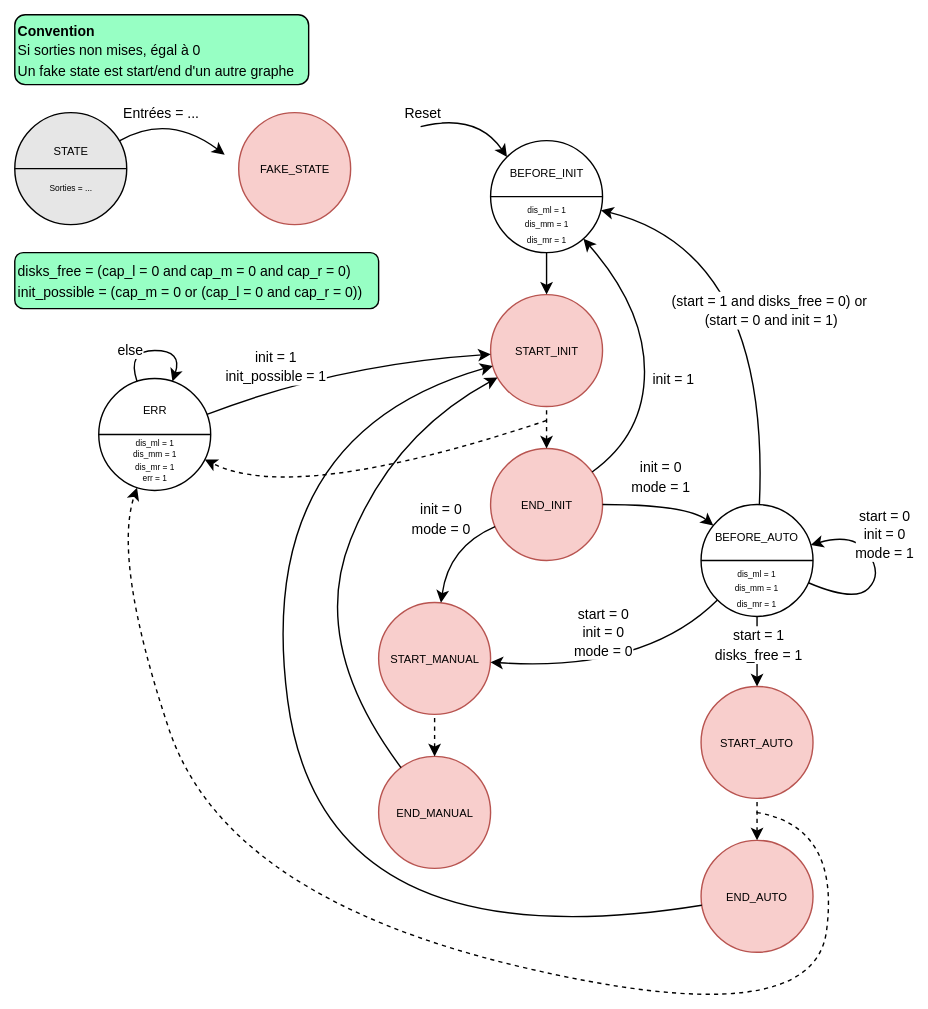
The draw.io diagram doc/images/state_global.svg in Schokiiiiiiii/csn26, before a commit. Source tidied: cells renumbered, new cells last; positions are measured from the earlier drawing's top-left corner, leaving out a move shared by most shapes.
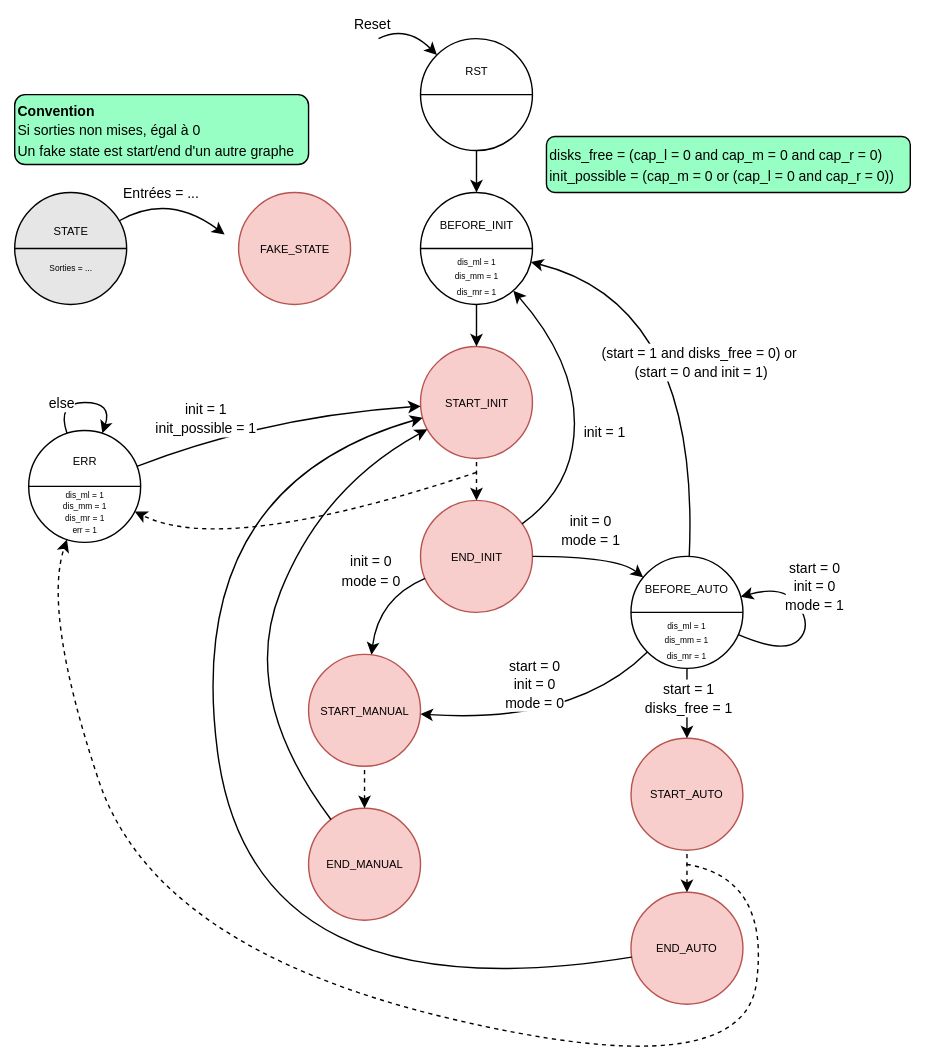
After the commit.

Change to the diagram source:
```diff
@@ -8,11 +8,11 @@
     <mxCell id="3" style="endArrow=none;html=1;rounded=0;exitX=0;exitY=0.5;exitDx=0;exitDy=0;entryX=1;entryY=0.5;entryDx=0;entryDy=0;" parent="1" edge="1" source="2" target="2">
       <mxGeometry relative="1" as="geometry" />
     </mxCell>
-    <mxCell id="4" style="curved=1;endArrow=classic;html=1;rounded=0;entryX=0;entryY=0;entryDx=0;entryDy=0;" parent="1" edge="1" target="2">
+    <mxCell id="4" style="curved=1;endArrow=classic;html=1;rounded=0;" parent="1" edge="1" target="49">
       <mxGeometry relative="1" as="geometry">
-        <mxPoint x="290" y="80" as="sourcePoint" />
+        <mxPoint x="310" y="-20" as="sourcePoint" />
         <Array as="points">
-          <mxPoint x="330" y="70" />
+          <mxPoint x="330" y="-30" />
         </Array>
       </mxGeometry>
     </mxCell>
@@ -141,7 +141,7 @@
       </mxGeometry>
     </mxCell>
     <mxCell id="32" value="&lt;font style=&quot;font-size: 10px;&quot;&gt;disks_free =&amp;nbsp;&lt;span style=&quot;background-color: transparent; color: light-dark(rgb(0, 0, 0), rgb(255, 255, 255));&quot;&gt;(cap_l = 0 and cap_m = 0 and cap_r = 0)&lt;/span&gt;&lt;/font&gt;&lt;div style=&quot;&quot;&gt;&lt;span style=&quot;background-color: transparent; color: light-dark(rgb(0, 0, 0), rgb(255, 255, 255));&quot;&gt;&lt;font style=&quot;font-size: 10px;&quot;&gt;init_possible = (cap_m = 0 or (cap_l = 0 and cap_r = 0))&lt;/font&gt;&lt;/span&gt;&lt;/div&gt;" style="rounded=1;whiteSpace=wrap;html=1;align=left;fillColor=#97FFC4;" parent="1" vertex="1">
-      <mxGeometry y="170" width="260" height="40" as="geometry" />
+      <mxGeometry x="430" y="50" width="260" height="40" as="geometry" />
     </mxCell>
     <mxCell id="33" style="curved=1;endArrow=classic;html=1;rounded=0;" parent="1" edge="1" source="13" target="6">
       <mxGeometry relative="1" as="geometry">
@@ -209,16 +209,16 @@
       </mxGeometry>
     </mxCell>
     <mxCell id="43" value="&lt;div style=&quot;line-height: 90%;&quot;&gt;&lt;span style=&quot;font-size: 8px; background-color: transparent; color: light-dark(rgb(0, 0, 0), rgb(255, 255, 255));&quot;&gt;STATE&lt;/span&gt;&lt;/div&gt;&lt;div style=&quot;line-height: 90%;&quot;&gt;&lt;span style=&quot;font-size: 8px; background-color: transparent; color: light-dark(rgb(0, 0, 0), rgb(255, 255, 255));&quot;&gt;&lt;br&gt;&lt;/span&gt;&lt;/div&gt;&lt;div style=&quot;line-height: 90%;&quot;&gt;&lt;div&gt;&lt;span style=&quot;font-size: 6px;&quot;&gt;Sorties = ...&lt;/span&gt;&lt;/div&gt;&lt;/div&gt;" style="ellipse;whiteSpace=wrap;html=1;fillColor=#E6E6E6;" parent="1" vertex="1">
-      <mxGeometry y="70" width="80" height="80" as="geometry" />
+      <mxGeometry x="50" y="90" width="80" height="80" as="geometry" />
     </mxCell>
     <mxCell id="44" style="endArrow=none;html=1;rounded=0;exitX=0;exitY=0.5;exitDx=0;exitDy=0;entryX=1;entryY=0.5;entryDx=0;entryDy=0;" parent="1" edge="1" source="43" target="43">
       <mxGeometry relative="1" as="geometry" />
     </mxCell>
     <mxCell id="45" style="curved=1;endArrow=classic;html=1;rounded=0;" parent="1" edge="1" source="43">
       <mxGeometry relative="1" as="geometry">
-        <mxPoint x="150" y="100" as="targetPoint" />
+        <mxPoint x="200" y="120" as="targetPoint" />
         <Array as="points">
-          <mxPoint x="110" y="70" />
+          <mxPoint x="160" y="90" />
         </Array>
       </mxGeometry>
     </mxCell>
@@ -228,10 +228,19 @@
       </mxGeometry>
     </mxCell>
     <mxCell id="47" value="&lt;div&gt;&lt;font style=&quot;font-size: 10px;&quot;&gt;&lt;b&gt;Convention&lt;/b&gt;&lt;/font&gt;&lt;div&gt;&lt;font style=&quot;font-size: 10px;&quot;&gt;Si sorties non mises, égal à 0&lt;/font&gt;&lt;/div&gt;&lt;/div&gt;&lt;div&gt;&lt;span style=&quot;font-size: 10px;&quot;&gt;Un fake state est start/end d'un autre graphe&lt;/span&gt;&lt;/div&gt;" style="rounded=1;whiteSpace=wrap;html=1;align=left;fillColor=#97FFC4;" parent="1" vertex="1">
-      <mxGeometry width="210" height="50" as="geometry" />
+      <mxGeometry x="50" y="20" width="210" height="50" as="geometry" />
     </mxCell>
     <mxCell id="48" value="&lt;div style=&quot;line-height: 90%;&quot;&gt;&lt;span style=&quot;font-size: 8px;&quot;&gt;FAKE_STATE&lt;/span&gt;&lt;/div&gt;" style="ellipse;whiteSpace=wrap;html=1;fillColor=#f8cecc;strokeColor=#b85450;" parent="1" vertex="1">
-      <mxGeometry x="160" y="70" width="80" height="80" as="geometry" />
+      <mxGeometry x="210" y="90" width="80" height="80" as="geometry" />
     </mxCell>
+    <mxCell id="49" value="&lt;div style=&quot;line-height: 90%;&quot;&gt;&lt;font style=&quot;font-size: 6px; line-height: 90%;&quot;&gt;&lt;span&gt;&lt;br&gt;&lt;/span&gt;&lt;/font&gt;&lt;/div&gt;&lt;div style=&quot;line-height: 90%;&quot;&gt;&lt;font style=&quot;line-height: 90%;&quot;&gt;&lt;font style=&quot;font-size: 8px;&quot;&gt;RST&lt;/font&gt;&lt;br&gt;&lt;/font&gt;&lt;div&gt;&lt;font style=&quot;font-size: 6px;&quot;&gt;&lt;br&gt;&lt;/font&gt;&lt;/div&gt;&lt;div&gt;&lt;br&gt;&lt;/div&gt;&lt;div&gt;&lt;br&gt;&lt;/div&gt;&lt;div&gt;&lt;br&gt;&lt;/div&gt;&lt;/div&gt;" style="ellipse;whiteSpace=wrap;html=1;" parent="1" vertex="1">
+      <mxGeometry x="340" y="-20" width="80" height="80" as="geometry" />
+    </mxCell>
+    <mxCell id="50" style="endArrow=none;html=1;rounded=0;exitX=0;exitY=0.5;exitDx=0;exitDy=0;entryX=1;entryY=0.5;entryDx=0;entryDy=0;" parent="1" edge="1" source="49" target="49">
+      <mxGeometry relative="1" as="geometry" />
+    </mxCell>
+    <mxCell id="51" style="endArrow=classic;html=1;rounded=0;" parent="1" edge="1" source="49" target="2">
+      <mxGeometry relative="1" as="geometry" />
+    </mxCell>
   </root>
 </mxGraphModel>
```
